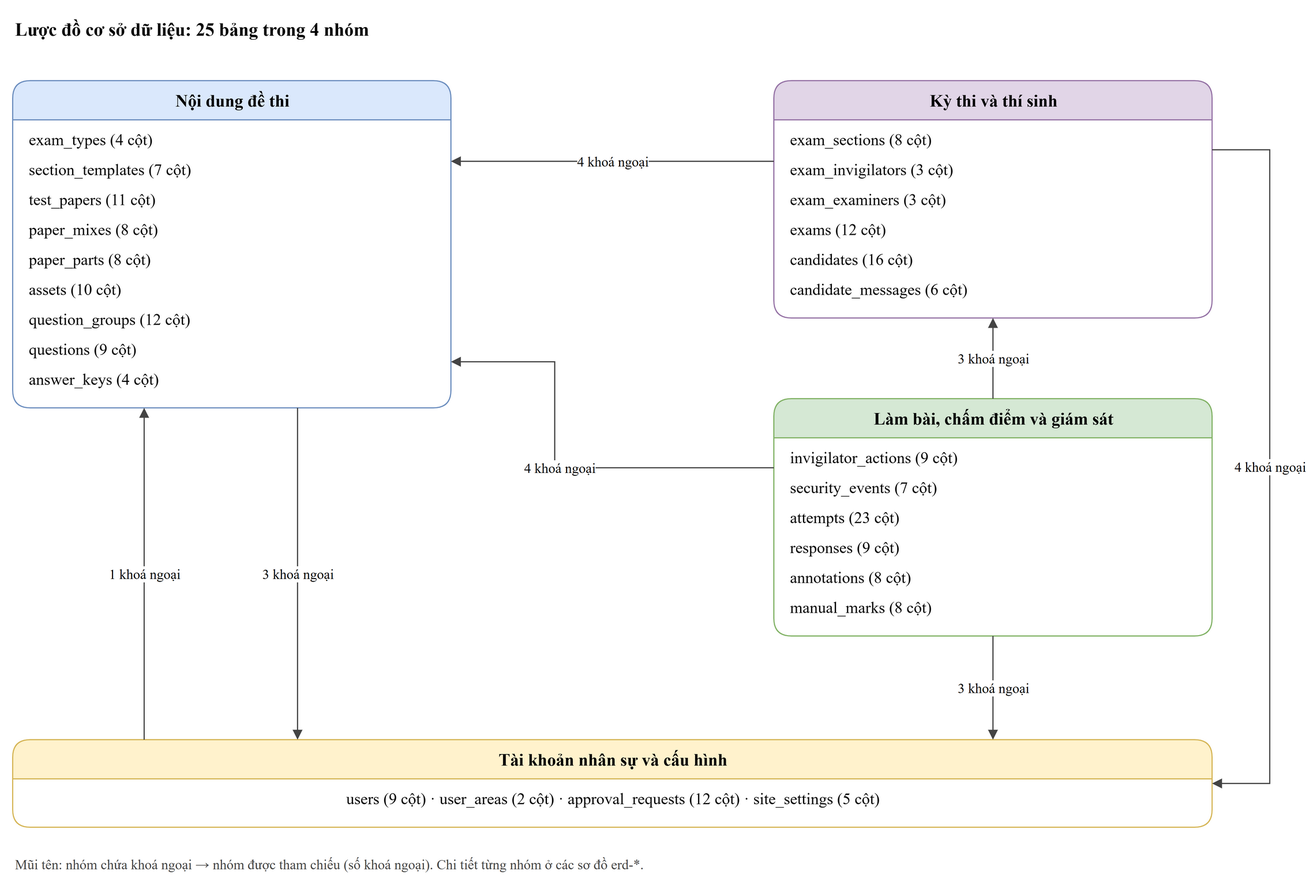
Above: thesis/diagrams/erd.drawio.png in trhlow/cambridge-exam-prep (draw.io), before the change. Source tidied: cells renumbered, new cells last; positions are measured from the earlier drawing's top-left corner, leaving out a move shared by most shapes.
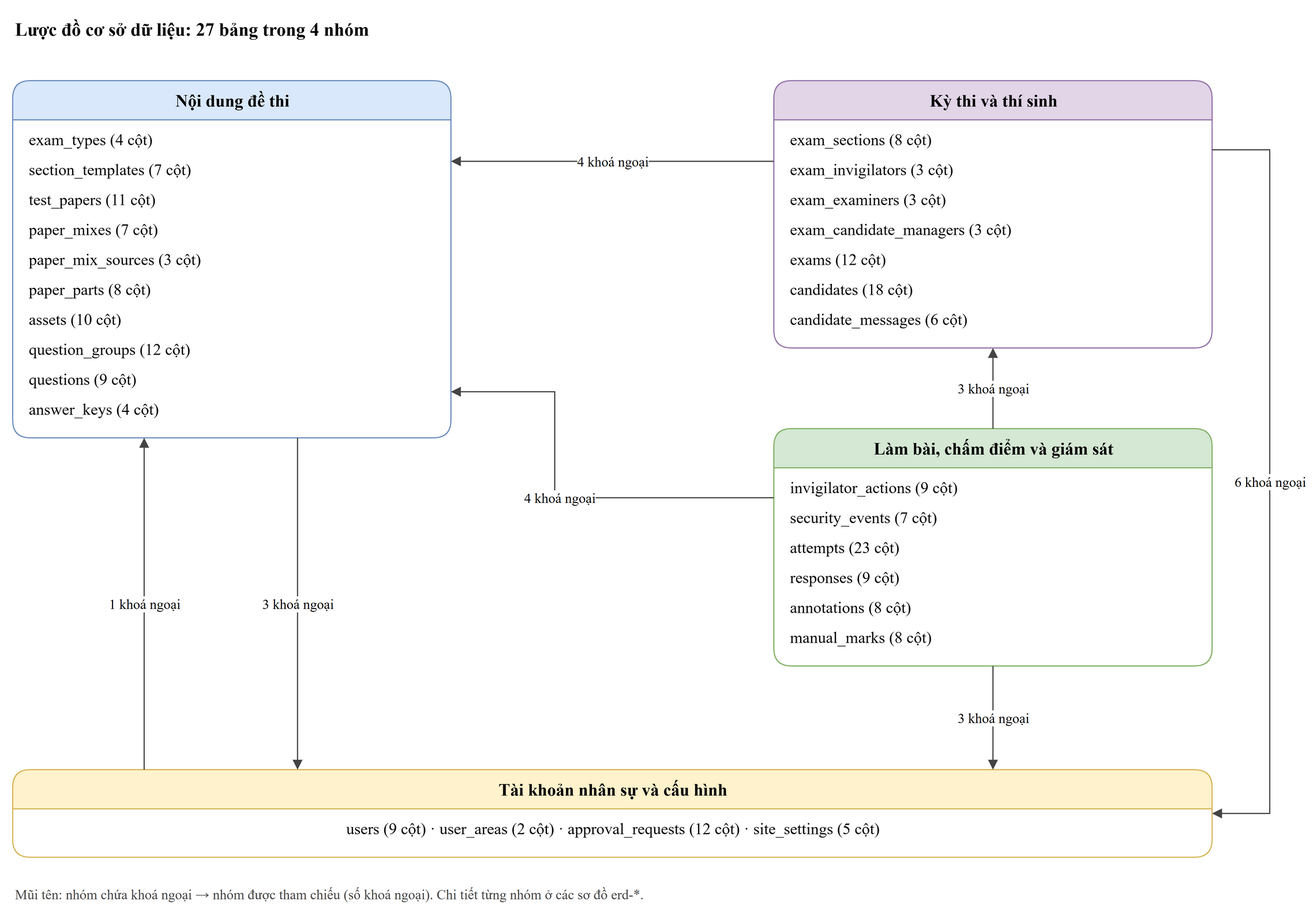
After the change.

What changed in the source:
```diff
@@ -2,11 +2,11 @@
   <root>
     <mxCell id="0" />
     <mxCell id="1" parent="0" />
-    <mxCell id="2" value="Lược đồ cơ sở dữ liệu: 25 bảng trong 4 nhóm" style="text;html=1;align=left;verticalAlign=middle;fontFamily=Times New Roman;fontSize=12;fontSize=16;fontStyle=1;" parent="1" vertex="1">
+    <mxCell id="2" value="Lược đồ cơ sở dữ liệu: 27 bảng trong 4 nhóm" style="text;html=1;align=left;verticalAlign=middle;fontFamily=Times New Roman;fontSize=12;fontSize=16;fontStyle=1;" parent="1" vertex="1">
       <mxGeometry width="700" height="30" as="geometry" />
     </mxCell>
     <mxCell id="3" value="Nội dung đề thi" style="swimlane;html=1;startSize=34;fontFamily=Times New Roman;fontSize=12;fontSize=15;fontStyle=1;fillColor=#dae8fc;strokeColor=#6c8ebf;rounded=1;" parent="1" vertex="1">
-      <mxGeometry y="60" width="380" height="284" as="geometry" />
+      <mxGeometry y="60" width="380" height="310" as="geometry" />
     </mxCell>
     <mxCell id="4" value="exam_types  (4 cột)" style="text;html=1;align=left;verticalAlign=middle;fontFamily=Times New Roman;fontSize=12;fontSize=14;spacingLeft=12;" parent="3" vertex="1">
       <mxGeometry y="38" width="380" height="26" as="geometry" />
@@ -17,124 +17,130 @@
     <mxCell id="6" value="test_papers  (11 cột)" style="text;html=1;align=left;verticalAlign=middle;fontFamily=Times New Roman;fontSize=12;fontSize=14;spacingLeft=12;" parent="3" vertex="1">
       <mxGeometry y="90" width="380" height="26" as="geometry" />
     </mxCell>
-    <mxCell id="7" value="paper_mixes  (8 cột)" style="text;html=1;align=left;verticalAlign=middle;fontFamily=Times New Roman;fontSize=12;fontSize=14;spacingLeft=12;" parent="3" vertex="1">
+    <mxCell id="7" value="paper_mixes  (7 cột)" style="text;html=1;align=left;verticalAlign=middle;fontFamily=Times New Roman;fontSize=12;fontSize=14;spacingLeft=12;" parent="3" vertex="1">
       <mxGeometry y="116" width="380" height="26" as="geometry" />
     </mxCell>
-    <mxCell id="8" value="paper_parts  (8 cột)" style="text;html=1;align=left;verticalAlign=middle;fontFamily=Times New Roman;fontSize=12;fontSize=14;spacingLeft=12;" parent="3" vertex="1">
+    <mxCell id="8" value="paper_mix_sources  (3 cột)" style="text;html=1;align=left;verticalAlign=middle;fontFamily=Times New Roman;fontSize=12;fontSize=14;spacingLeft=12;" parent="3" vertex="1">
       <mxGeometry y="142" width="380" height="26" as="geometry" />
     </mxCell>
-    <mxCell id="9" value="assets  (10 cột)" style="text;html=1;align=left;verticalAlign=middle;fontFamily=Times New Roman;fontSize=12;fontSize=14;spacingLeft=12;" parent="3" vertex="1">
+    <mxCell id="9" value="paper_parts  (8 cột)" style="text;html=1;align=left;verticalAlign=middle;fontFamily=Times New Roman;fontSize=12;fontSize=14;spacingLeft=12;" parent="3" vertex="1">
       <mxGeometry y="168" width="380" height="26" as="geometry" />
     </mxCell>
-    <mxCell id="10" value="question_groups  (12 cột)" style="text;html=1;align=left;verticalAlign=middle;fontFamily=Times New Roman;fontSize=12;fontSize=14;spacingLeft=12;" parent="3" vertex="1">
+    <mxCell id="10" value="assets  (10 cột)" style="text;html=1;align=left;verticalAlign=middle;fontFamily=Times New Roman;fontSize=12;fontSize=14;spacingLeft=12;" parent="3" vertex="1">
       <mxGeometry y="194" width="380" height="26" as="geometry" />
     </mxCell>
-    <mxCell id="11" value="questions  (9 cột)" style="text;html=1;align=left;verticalAlign=middle;fontFamily=Times New Roman;fontSize=12;fontSize=14;spacingLeft=12;" parent="3" vertex="1">
+    <mxCell id="11" value="question_groups  (12 cột)" style="text;html=1;align=left;verticalAlign=middle;fontFamily=Times New Roman;fontSize=12;fontSize=14;spacingLeft=12;" parent="3" vertex="1">
       <mxGeometry y="220" width="380" height="26" as="geometry" />
     </mxCell>
-    <mxCell id="12" value="answer_keys  (4 cột)" style="text;html=1;align=left;verticalAlign=middle;fontFamily=Times New Roman;fontSize=12;fontSize=14;spacingLeft=12;" parent="3" vertex="1">
+    <mxCell id="12" value="questions  (9 cột)" style="text;html=1;align=left;verticalAlign=middle;fontFamily=Times New Roman;fontSize=12;fontSize=14;spacingLeft=12;" parent="3" vertex="1">
       <mxGeometry y="246" width="380" height="26" as="geometry" />
     </mxCell>
-    <mxCell id="13" value="Kỳ thi và thí sinh" style="swimlane;html=1;startSize=34;fontFamily=Times New Roman;fontSize=12;fontSize=15;fontStyle=1;fillColor=#e1d5e7;strokeColor=#9673a6;rounded=1;" parent="1" vertex="1">
-      <mxGeometry x="660" y="60" width="380" height="206" as="geometry" />
+    <mxCell id="13" value="answer_keys  (4 cột)" style="text;html=1;align=left;verticalAlign=middle;fontFamily=Times New Roman;fontSize=12;fontSize=14;spacingLeft=12;" parent="3" vertex="1">
+      <mxGeometry y="272" width="380" height="26" as="geometry" />
     </mxCell>
-    <mxCell id="14" value="exam_sections  (8 cột)" style="text;html=1;align=left;verticalAlign=middle;fontFamily=Times New Roman;fontSize=12;fontSize=14;spacingLeft=12;" parent="13" vertex="1">
-      <mxGeometry y="38" width="380" height="26" as="geometry" />
+    <mxCell id="14" value="Kỳ thi và thí sinh" style="swimlane;html=1;startSize=34;fontFamily=Times New Roman;fontSize=12;fontSize=15;fontStyle=1;fillColor=#e1d5e7;strokeColor=#9673a6;rounded=1;" parent="1" vertex="1">
+      <mxGeometry x="660" y="60" width="380" height="232" as="geometry" />
     </mxCell>
-    <mxCell id="15" value="exam_invigilators  (3 cột)" style="text;html=1;align=left;verticalAlign=middle;fontFamily=Times New Roman;fontSize=12;fontSize=14;spacingLeft=12;" parent="13" vertex="1">
-      <mxGeometry y="64" width="380" height="26" as="geometry" />
+    <mxCell id="15" value="exam_sections  (8 cột)" style="text;html=1;align=left;verticalAlign=middle;fontFamily=Times New Roman;fontSize=12;fontSize=14;spacingLeft=12;" parent="14" vertex="1">
+      <mxGeometry y="38" width="380" height="26" as="geometry" />
     </mxCell>
-    <mxCell id="16" value="exam_examiners  (3 cột)" style="text;html=1;align=left;verticalAlign=middle;fontFamily=Times New Roman;fontSize=12;fontSize=14;spacingLeft=12;" parent="13" vertex="1">
-      <mxGeometry y="90" width="380" height="26" as="geometry" />
+    <mxCell id="16" value="exam_invigilators  (3 cột)" style="text;html=1;align=left;verticalAlign=middle;fontFamily=Times New Roman;fontSize=12;fontSize=14;spacingLeft=12;" parent="14" vertex="1">
+      <mxGeometry y="64" width="380" height="26" as="geometry" />
     </mxCell>
-    <mxCell id="17" value="exams  (12 cột)" style="text;html=1;align=left;verticalAlign=middle;fontFamily=Times New Roman;fontSize=12;fontSize=14;spacingLeft=12;" parent="13" vertex="1">
-      <mxGeometry y="116" width="380" height="26" as="geometry" />
+    <mxCell id="17" value="exam_examiners  (3 cột)" style="text;html=1;align=left;verticalAlign=middle;fontFamily=Times New Roman;fontSize=12;fontSize=14;spacingLeft=12;" parent="14" vertex="1">
+      <mxGeometry y="90" width="380" height="26" as="geometry" />
     </mxCell>
-    <mxCell id="18" value="candidates  (16 cột)" style="text;html=1;align=left;verticalAlign=middle;fontFamily=Times New Roman;fontSize=12;fontSize=14;spacingLeft=12;" parent="13" vertex="1">
-      <mxGeometry y="142" width="380" height="26" as="geometry" />
+    <mxCell id="18" value="exam_candidate_managers  (3 cột)" style="text;html=1;align=left;verticalAlign=middle;fontFamily=Times New Roman;fontSize=12;fontSize=14;spacingLeft=12;" parent="14" vertex="1">
+      <mxGeometry y="116" width="380" height="26" as="geometry" />
     </mxCell>
-    <mxCell id="19" value="candidate_messages  (6 cột)" style="text;html=1;align=left;verticalAlign=middle;fontFamily=Times New Roman;fontSize=12;fontSize=14;spacingLeft=12;" parent="13" vertex="1">
-      <mxGeometry y="168" width="380" height="26" as="geometry" />
+    <mxCell id="19" value="exams  (12 cột)" style="text;html=1;align=left;verticalAlign=middle;fontFamily=Times New Roman;fontSize=12;fontSize=14;spacingLeft=12;" parent="14" vertex="1">
+      <mxGeometry y="142" width="380" height="26" as="geometry" />
     </mxCell>
-    <mxCell id="20" value="Làm bài, chấm điểm và giám sát" style="swimlane;html=1;startSize=34;fontFamily=Times New Roman;fontSize=12;fontSize=15;fontStyle=1;fillColor=#d5e8d4;strokeColor=#82b366;rounded=1;" parent="1" vertex="1">
-      <mxGeometry x="660" y="336" width="380" height="206" as="geometry" />
+    <mxCell id="20" value="candidates  (18 cột)" style="text;html=1;align=left;verticalAlign=middle;fontFamily=Times New Roman;fontSize=12;fontSize=14;spacingLeft=12;" parent="14" vertex="1">
+      <mxGeometry y="168" width="380" height="26" as="geometry" />
     </mxCell>
-    <mxCell id="21" value="invigilator_actions  (9 cột)" style="text;html=1;align=left;verticalAlign=middle;fontFamily=Times New Roman;fontSize=12;fontSize=14;spacingLeft=12;" parent="20" vertex="1">
-      <mxGeometry y="38" width="380" height="26" as="geometry" />
+    <mxCell id="21" value="candidate_messages  (6 cột)" style="text;html=1;align=left;verticalAlign=middle;fontFamily=Times New Roman;fontSize=12;fontSize=14;spacingLeft=12;" parent="14" vertex="1">
+      <mxGeometry y="194" width="380" height="26" as="geometry" />
     </mxCell>
-    <mxCell id="22" value="security_events  (7 cột)" style="text;html=1;align=left;verticalAlign=middle;fontFamily=Times New Roman;fontSize=12;fontSize=14;spacingLeft=12;" parent="20" vertex="1">
-      <mxGeometry y="64" width="380" height="26" as="geometry" />
+    <mxCell id="22" value="Làm bài, chấm điểm và giám sát" style="swimlane;html=1;startSize=34;fontFamily=Times New Roman;fontSize=12;fontSize=15;fontStyle=1;fillColor=#d5e8d4;strokeColor=#82b366;rounded=1;" parent="1" vertex="1">
+      <mxGeometry x="660" y="362" width="380" height="206" as="geometry" />
     </mxCell>
-    <mxCell id="23" value="attempts  (23 cột)" style="text;html=1;align=left;verticalAlign=middle;fontFamily=Times New Roman;fontSize=12;fontSize=14;spacingLeft=12;" parent="20" vertex="1">
-      <mxGeometry y="90" width="380" height="26" as="geometry" />
+    <mxCell id="23" value="invigilator_actions  (9 cột)" style="text;html=1;align=left;verticalAlign=middle;fontFamily=Times New Roman;fontSize=12;fontSize=14;spacingLeft=12;" parent="22" vertex="1">
+      <mxGeometry y="38" width="380" height="26" as="geometry" />
     </mxCell>
-    <mxCell id="24" value="responses  (9 cột)" style="text;html=1;align=left;verticalAlign=middle;fontFamily=Times New Roman;fontSize=12;fontSize=14;spacingLeft=12;" parent="20" vertex="1">
-      <mxGeometry y="116" width="380" height="26" as="geometry" />
+    <mxCell id="24" value="security_events  (7 cột)" style="text;html=1;align=left;verticalAlign=middle;fontFamily=Times New Roman;fontSize=12;fontSize=14;spacingLeft=12;" parent="22" vertex="1">
+      <mxGeometry y="64" width="380" height="26" as="geometry" />
     </mxCell>
-    <mxCell id="25" value="annotations  (8 cột)" style="text;html=1;align=left;verticalAlign=middle;fontFamily=Times New Roman;fontSize=12;fontSize=14;spacingLeft=12;" parent="20" vertex="1">
-      <mxGeometry y="142" width="380" height="26" as="geometry" />
+    <mxCell id="25" value="attempts  (23 cột)" style="text;html=1;align=left;verticalAlign=middle;fontFamily=Times New Roman;fontSize=12;fontSize=14;spacingLeft=12;" parent="22" vertex="1">
+      <mxGeometry y="90" width="380" height="26" as="geometry" />
     </mxCell>
-    <mxCell id="26" value="manual_marks  (8 cột)" style="text;html=1;align=left;verticalAlign=middle;fontFamily=Times New Roman;fontSize=12;fontSize=14;spacingLeft=12;" parent="20" vertex="1">
-      <mxGeometry y="168" width="380" height="26" as="geometry" />
+    <mxCell id="26" value="responses  (9 cột)" style="text;html=1;align=left;verticalAlign=middle;fontFamily=Times New Roman;fontSize=12;fontSize=14;spacingLeft=12;" parent="22" vertex="1">
+      <mxGeometry y="116" width="380" height="26" as="geometry" />
     </mxCell>
-    <mxCell id="27" value="Tài khoản nhân sự và cấu hình" style="swimlane;html=1;startSize=34;fontFamily=Times New Roman;fontSize=12;fontSize=15;fontStyle=1;fillColor=#fff2cc;strokeColor=#d6b656;rounded=1;" parent="1" vertex="1">
-      <mxGeometry y="632" width="1040" height="76" as="geometry" />
+    <mxCell id="27" value="annotations  (8 cột)" style="text;html=1;align=left;verticalAlign=middle;fontFamily=Times New Roman;fontSize=12;fontSize=14;spacingLeft=12;" parent="22" vertex="1">
+      <mxGeometry y="142" width="380" height="26" as="geometry" />
     </mxCell>
-    <mxCell id="28" value="users (9 cột)   ·   user_areas (2 cột)   ·   approval_requests (12 cột)   ·   site_settings (5 cột)" style="text;html=1;align=center;verticalAlign=middle;fontFamily=Times New Roman;fontSize=12;fontSize=14;" parent="27" vertex="1">
-      <mxGeometry y="38" width="1040" height="26" as="geometry" />
+    <mxCell id="28" value="manual_marks  (8 cột)" style="text;html=1;align=left;verticalAlign=middle;fontFamily=Times New Roman;fontSize=12;fontSize=14;spacingLeft=12;" parent="22" vertex="1">
+      <mxGeometry y="168" width="380" height="26" as="geometry" />
     </mxCell>
-    <mxCell id="29" value="1 khoá ngoại" style="endArrow=block;endFill=1;html=1;rounded=0;strokeColor=#444444;fontFamily=Times New Roman;fontSize=12;fontSize=12;labelBackgroundColor=#ffffff;" parent="1" edge="1">
-      <mxGeometry relative="1" as="geometry">
-        <mxPoint x="114" y="632" as="sourcePoint" />
-        <mxPoint x="114" y="344" as="targetPoint" />
-      </mxGeometry>
-    </mxCell>
-    <mxCell id="30" value="3 khoá ngoại" style="endArrow=block;endFill=1;html=1;rounded=0;strokeColor=#444444;fontFamily=Times New Roman;fontSize=12;fontSize=12;labelBackgroundColor=#ffffff;" parent="1" edge="1">
-      <mxGeometry relative="1" as="geometry">
-        <mxPoint x="247" y="344" as="sourcePoint" />
-        <mxPoint x="247" y="632" as="targetPoint" />
-      </mxGeometry>
-    </mxCell>
+    <mxCell id="37" value="Tài khoản nhân sự và cấu hình" style="swimlane;html=1;startSize=34;fontFamily=Times New Roman;fontSize=12;fontSize=15;fontStyle=1;fillColor=#fff2cc;strokeColor=#d6b656;rounded=1;" parent="1" vertex="1">
+      <mxGeometry y="658" width="1040" height="76" as="geometry" />
+    </mxCell>
+    <mxCell id="38" value="users (9 cột)   ·   user_areas (2 cột)   ·   approval_requests (12 cột)   ·   site_settings (5 cột)" style="text;html=1;align=center;verticalAlign=middle;fontFamily=Times New Roman;fontSize=12;fontSize=14;" parent="37" vertex="1">
+      <mxGeometry y="38" width="1040" height="26" as="geometry" />
+    </mxCell>
-    <mxCell id="31" value="3 khoá ngoại" style="endArrow=block;endFill=1;html=1;rounded=0;strokeColor=#444444;fontFamily=Times New Roman;fontSize=12;fontSize=12;labelBackgroundColor=#ffffff;" parent="1" edge="1">
+    <mxCell id="31" value="1 khoá ngoại" style="endArrow=block;endFill=1;html=1;rounded=0;strokeColor=#444444;fontFamily=Times New Roman;fontSize=12;fontSize=12;labelBackgroundColor=#ffffff;" parent="1" edge="1">
       <mxGeometry relative="1" as="geometry">
-        <mxPoint x="850" y="542" as="sourcePoint" />
-        <mxPoint x="850" y="632" as="targetPoint" />
+        <mxPoint x="114" y="658" as="sourcePoint" />
+        <mxPoint x="114" y="370" as="targetPoint" />
       </mxGeometry>
     </mxCell>
-    <mxCell id="32" value="4 khoá ngoại" style="endArrow=block;endFill=1;html=1;rounded=0;strokeColor=#444444;fontFamily=Times New Roman;fontSize=12;fontSize=12;labelBackgroundColor=#ffffff;" parent="1" edge="1">
+    <mxCell id="32" value="3 khoá ngoại" style="endArrow=block;endFill=1;html=1;rounded=0;strokeColor=#444444;fontFamily=Times New Roman;fontSize=12;fontSize=12;labelBackgroundColor=#ffffff;" parent="1" edge="1">
       <mxGeometry relative="1" as="geometry">
-        <mxPoint x="660" y="396" as="sourcePoint" />
-        <mxPoint x="380" y="304" as="targetPoint" />
-        <Array as="points">
-          <mxPoint x="470" y="396" />
-          <mxPoint x="470" y="304" />
-        </Array>
+        <mxPoint x="247" y="370" as="sourcePoint" />
+        <mxPoint x="247" y="658" as="targetPoint" />
       </mxGeometry>
     </mxCell>
     <mxCell id="33" value="3 khoá ngoại" style="endArrow=block;endFill=1;html=1;rounded=0;strokeColor=#444444;fontFamily=Times New Roman;fontSize=12;fontSize=12;labelBackgroundColor=#ffffff;" parent="1" edge="1">
       <mxGeometry relative="1" as="geometry">
-        <mxPoint x="850" y="336" as="sourcePoint" />
-        <mxPoint x="850" y="266" as="targetPoint" />
+        <mxPoint x="850" y="568" as="sourcePoint" />
+        <mxPoint x="850" y="658" as="targetPoint" />
       </mxGeometry>
     </mxCell>
     <mxCell id="34" value="4 khoá ngoại" style="endArrow=block;endFill=1;html=1;rounded=0;strokeColor=#444444;fontFamily=Times New Roman;fontSize=12;fontSize=12;labelBackgroundColor=#ffffff;" parent="1" edge="1">
       <mxGeometry relative="1" as="geometry">
-        <mxPoint x="1040" y="120" as="sourcePoint" />
-        <mxPoint x="1040" y="670" as="targetPoint" />
+        <mxPoint x="660" y="422" as="sourcePoint" />
+        <mxPoint x="380" y="330" as="targetPoint" />
         <Array as="points">
-          <mxPoint x="1090" y="120" />
-          <mxPoint x="1090" y="670" />
+          <mxPoint x="470" y="422" />
+          <mxPoint x="470" y="330" />
         </Array>
       </mxGeometry>
     </mxCell>
-    <mxCell id="35" value="4 khoá ngoại" style="endArrow=block;endFill=1;html=1;rounded=0;strokeColor=#444444;fontFamily=Times New Roman;fontSize=12;fontSize=12;labelBackgroundColor=#ffffff;" parent="1" edge="1">
+    <mxCell id="35" value="3 khoá ngoại" style="endArrow=block;endFill=1;html=1;rounded=0;strokeColor=#444444;fontFamily=Times New Roman;fontSize=12;fontSize=12;labelBackgroundColor=#ffffff;" parent="1" edge="1">
       <mxGeometry relative="1" as="geometry">
-        <mxPoint x="660" y="130" as="sourcePoint" />
-        <mxPoint x="380" y="130" as="targetPoint" />
+        <mxPoint x="850" y="362" as="sourcePoint" />
+        <mxPoint x="850" y="292" as="targetPoint" />
       </mxGeometry>
     </mxCell>
+    <mxCell id="39" value="6 khoá ngoại" style="endArrow=block;endFill=1;html=1;rounded=0;strokeColor=#444444;fontFamily=Times New Roman;fontSize=12;fontSize=12;labelBackgroundColor=#ffffff;" parent="1" edge="1">
+      <mxGeometry relative="1" as="geometry">
+        <mxPoint x="1040" y="120" as="sourcePoint" />
+        <mxPoint x="1040" y="696" as="targetPoint" />
+        <Array as="points">
+          <mxPoint x="1090" y="120" />
+          <mxPoint x="1090" y="696" />
+        </Array>
+      </mxGeometry>
+    </mxCell>
+    <mxCell id="40" value="4 khoá ngoại" style="endArrow=block;endFill=1;html=1;rounded=0;strokeColor=#444444;fontFamily=Times New Roman;fontSize=12;fontSize=12;labelBackgroundColor=#ffffff;" parent="1" edge="1">
+      <mxGeometry relative="1" as="geometry">
+        <mxPoint x="660" y="130" as="sourcePoint" />
+        <mxPoint x="380" y="130" as="targetPoint" />
+      </mxGeometry>
+    </mxCell>
     <mxCell id="36" value="Mũi tên: nhóm chứa khoá ngoại → nhóm được tham chiếu (số khoá ngoại). Chi tiết từng nhóm ở các sơ đồ erd-*." style="text;html=1;align=left;verticalAlign=middle;fontFamily=Times New Roman;fontSize=12;fontColor=#444444;" parent="1" vertex="1">
-      <mxGeometry y="728" width="1000" height="24" as="geometry" />
+      <mxGeometry y="754" width="1000" height="24" as="geometry" />
     </mxCell>
   </root>
 </mxGraphModel>
```
